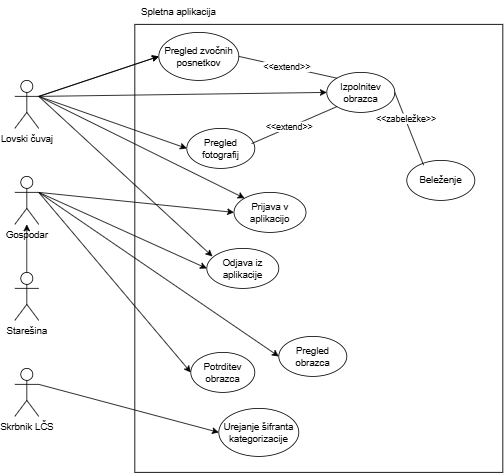
The draw.io diagram Lovski čuvaj-Spletna aplikacija.drawio.png in ErnestISv/Lovstvo, before a commit. Source tidied: cells renumbered, new cells last; positions are measured from the earlier drawing's top-left corner, leaving out a move shared by most shapes. The source it was exported from:
```xml
<mxGraphModel>
  <root>
    <mxCell id="0" />
    <mxCell id="1" parent="0" />
    <mxCell id="2" style="rounded=0;whiteSpace=wrap;html=1;" parent="1" vertex="1">
      <mxGeometry x="150" y="30" width="460" height="560" as="geometry" />
    </mxCell>
    <mxCell id="3" value="Lovski čuvaj" style="shape=umlActor;verticalLabelPosition=bottom;verticalAlign=top;html=1;outlineConnect=0;" parent="1" vertex="1">
      <mxGeometry y="100" width="30" height="60" as="geometry" />
    </mxCell>
    <mxCell id="4" value="Starešina" style="shape=umlActor;verticalLabelPosition=bottom;verticalAlign=top;html=1;outlineConnect=0;" parent="1" vertex="1">
      <mxGeometry y="340" width="30" height="60" as="geometry" />
    </mxCell>
    <mxCell id="5" value="Gospodar" style="shape=umlActor;verticalLabelPosition=bottom;verticalAlign=top;html=1;outlineConnect=0;" parent="1" vertex="1">
      <mxGeometry y="220" width="30" height="60" as="geometry" />
    </mxCell>
    <mxCell id="6" value="Skrbnik LČS" style="shape=umlActor;verticalLabelPosition=bottom;verticalAlign=top;html=1;outlineConnect=0;" parent="1" vertex="1">
      <mxGeometry y="460" width="30" height="60" as="geometry" />
    </mxCell>
    <mxCell id="7" value="Urejanje šifranta kategorizacije" style="ellipse;whiteSpace=wrap;html=1;" parent="1" vertex="1">
      <mxGeometry x="255" y="510" width="100" height="60" as="geometry" />
    </mxCell>
    <mxCell id="8" value="Izpolnitev obrazca" style="ellipse;whiteSpace=wrap;html=1;" parent="1" vertex="1">
      <mxGeometry x="390" y="90" width="85" height="50" as="geometry" />
    </mxCell>
    <mxCell id="9" style="endArrow=classic;html=1;rounded=0;exitX=1;exitY=0.3333333333333333;exitDx=0;exitDy=0;exitPerimeter=0;entryX=0;entryY=0.5;entryDx=0;entryDy=0;" parent="1" edge="1" source="3" target="8">
      <mxGeometry relative="1" as="geometry" />
    </mxCell>
    <mxCell id="10" style="endArrow=classic;html=1;rounded=0;exitX=1;exitY=0.3333333333333333;exitDx=0;exitDy=0;exitPerimeter=0;entryX=0;entryY=0.5;entryDx=0;entryDy=0;" parent="1" edge="1" source="6" target="7">
      <mxGeometry relative="1" as="geometry" />
    </mxCell>
    <mxCell id="11" value="Pregled obrazca" style="ellipse;whiteSpace=wrap;html=1;" parent="1" vertex="1">
      <mxGeometry x="330" y="420" width="85" height="50" as="geometry" />
    </mxCell>
    <mxCell id="12" style="endArrow=classic;html=1;rounded=0;exitX=1;exitY=0.3333333333333333;exitDx=0;exitDy=0;exitPerimeter=0;entryX=0;entryY=0.5;entryDx=0;entryDy=0;" parent="1" edge="1" source="5" target="11">
      <mxGeometry relative="1" as="geometry" />
    </mxCell>
    <mxCell id="13" value="Potrditev obrazca" style="ellipse;whiteSpace=wrap;html=1;" parent="1" vertex="1">
      <mxGeometry x="220" y="440" width="80" height="50" as="geometry" />
    </mxCell>
    <mxCell id="14" style="endArrow=classic;html=1;rounded=0;exitX=1;exitY=0.3333333333333333;exitDx=0;exitDy=0;exitPerimeter=0;entryX=0;entryY=0.5;entryDx=0;entryDy=0;" parent="1" edge="1" source="5" target="13">
      <mxGeometry relative="1" as="geometry" />
    </mxCell>
    <mxCell id="15" value="Spletna aplikacija" style="text;html=1;align=center;verticalAlign=middle;whiteSpace=wrap;rounded=0;" parent="1" vertex="1">
      <mxGeometry x="150" width="110" height="30" as="geometry" />
    </mxCell>
    <mxCell id="16" style="endArrow=classic;html=1;rounded=0;exitX=0.5;exitY=0;exitDx=0;exitDy=0;exitPerimeter=0;" parent="1" edge="1" source="4" target="5">
      <mxGeometry relative="1" as="geometry" />
    </mxCell>
    <mxCell id="17" value="Prijava v aplikacijo" style="ellipse;whiteSpace=wrap;html=1;" parent="1" vertex="1">
      <mxGeometry x="274" y="240" width="90" height="50" as="geometry" />
    </mxCell>
    <mxCell id="18" value="Odjava iz aplikacije" style="ellipse;whiteSpace=wrap;html=1;" parent="1" vertex="1">
      <mxGeometry x="240" y="310" width="90" height="50" as="geometry" />
    </mxCell>
    <mxCell id="19" style="endArrow=classic;html=1;rounded=0;entryX=0;entryY=0;entryDx=0;entryDy=0;" parent="1" edge="1" target="17">
      <mxGeometry relative="1" as="geometry">
        <mxPoint x="30" y="120" as="sourcePoint" />
      </mxGeometry>
    </mxCell>
    <mxCell id="20" style="endArrow=classic;html=1;rounded=0;entryX=0.078;entryY=0.2;entryDx=0;entryDy=0;entryPerimeter=0;" parent="1" edge="1" target="18">
      <mxGeometry relative="1" as="geometry">
        <mxPoint x="30" y="120" as="sourcePoint" />
      </mxGeometry>
    </mxCell>
    <mxCell id="21" value="Pregled fotografij" style="ellipse;whiteSpace=wrap;html=1;" parent="1" vertex="1">
      <mxGeometry x="215" y="160" width="85" height="50" as="geometry" />
    </mxCell>
    <mxCell id="22" style="endArrow=classic;html=1;rounded=0;exitX=1;exitY=0.3333333333333333;exitDx=0;exitDy=0;exitPerimeter=0;entryX=0;entryY=0.5;entryDx=0;entryDy=0;" parent="1" edge="1" source="3" target="21">
      <mxGeometry relative="1" as="geometry" />
    </mxCell>
    <mxCell id="23" style="endArrow=classic;html=1;rounded=0;exitX=1;exitY=0.3333333333333333;exitDx=0;exitDy=0;exitPerimeter=0;entryX=0;entryY=0.5;entryDx=0;entryDy=0;" parent="1" edge="1" source="3" target="32">
      <mxGeometry relative="1" as="geometry" />
    </mxCell>
    <mxCell id="24" style="endArrow=none;html=1;rounded=0;exitX=0.953;exitY=0.38;exitDx=0;exitDy=0;entryX=0;entryY=1;entryDx=0;entryDy=0;exitPerimeter=0;" parent="1" edge="1" source="21" target="8">
      <mxGeometry relative="1" as="geometry" />
    </mxCell>
    <mxCell id="25" value="&amp;lt;&amp;lt;extend&amp;gt;&amp;gt;" style="edgeLabel;html=1;align=center;verticalAlign=middle;" parent="24" vertex="1">
      <mxGeometry x="-0.13" y="2" relative="1" as="geometry">
        <mxPoint y="1" as="offset" />
      </mxGeometry>
    </mxCell>
    <mxCell id="26" style="endArrow=none;html=1;rounded=0;exitX=0;exitY=0;exitDx=0;exitDy=0;entryX=1;entryY=0.5;entryDx=0;entryDy=0;" parent="1" edge="1" source="8" target="32">
      <mxGeometry relative="1" as="geometry" />
    </mxCell>
    <mxCell id="27" value="&amp;lt;&amp;lt;extend&amp;gt;&amp;gt;" style="edgeLabel;html=1;align=center;verticalAlign=middle;" parent="26" vertex="1">
      <mxGeometry x="0.04" y="-1" relative="1" as="geometry" />
    </mxCell>
    <mxCell id="28" value="Beleženje" style="ellipse;whiteSpace=wrap;html=1;" parent="1" vertex="1">
      <mxGeometry x="490" y="200" width="85" height="50" as="geometry" />
    </mxCell>
    <mxCell id="29" style="endArrow=none;html=1;rounded=0;entryX=0.247;entryY=0.12;entryDx=0;entryDy=0;exitX=1;exitY=0.5;exitDx=0;exitDy=0;entryPerimeter=0;" parent="1" edge="1" source="8" target="28">
      <mxGeometry relative="1" as="geometry" />
    </mxCell>
    <mxCell id="30" value="&amp;lt;&amp;lt;zabeležke&amp;gt;&amp;gt;" style="edgeLabel;html=1;align=center;verticalAlign=middle;" parent="29" vertex="1">
      <mxGeometry x="-0.28" y="1" relative="1" as="geometry" />
    </mxCell>
    <mxCell id="31" style="endArrow=classic;html=1;rounded=0;exitX=1;exitY=0.3333333333333333;exitDx=0;exitDy=0;exitPerimeter=0;entryX=0;entryY=0.5;entryDx=0;entryDy=0;" parent="1" edge="1" source="3" target="32">
      <mxGeometry relative="1" as="geometry" />
    </mxCell>
    <mxCell id="32" value="Pregled zvočnih posnetkov" style="ellipse;whiteSpace=wrap;html=1;" parent="1" vertex="1">
      <mxGeometry x="180" y="40" width="100" height="60" as="geometry" />
    </mxCell>
    <mxCell id="33" style="endArrow=classic;html=1;rounded=0;exitX=1;exitY=0.3333333333333333;exitDx=0;exitDy=0;exitPerimeter=0;entryX=0;entryY=0.5;entryDx=0;entryDy=0;" parent="1" edge="1" source="5" target="17">
      <mxGeometry relative="1" as="geometry" />
    </mxCell>
    <mxCell id="34" style="endArrow=classic;html=1;rounded=0;exitX=1;exitY=0.3333333333333333;exitDx=0;exitDy=0;exitPerimeter=0;entryX=0;entryY=0.5;entryDx=0;entryDy=0;" parent="1" edge="1" source="5" target="18">
      <mxGeometry relative="1" as="geometry" />
    </mxCell>
  </root>
</mxGraphModel>
```
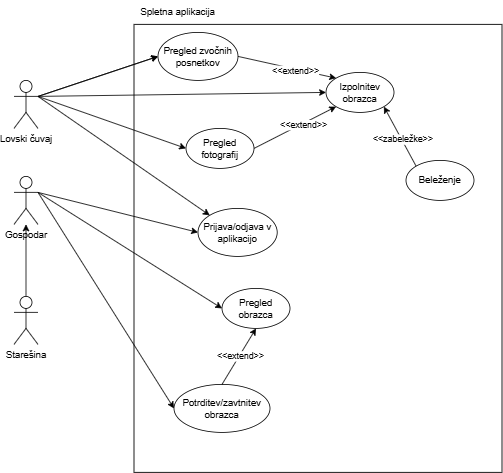
The same file after the commit.

What changed in the source:
```diff
@@ -9,34 +9,25 @@
       <mxGeometry y="100" width="30" height="60" as="geometry" />
     </mxCell>
     <mxCell id="4" value="Starešina" style="shape=umlActor;verticalLabelPosition=bottom;verticalAlign=top;html=1;outlineConnect=0;" parent="1" vertex="1">
-      <mxGeometry y="340" width="30" height="60" as="geometry" />
+      <mxGeometry y="370" width="30" height="60" as="geometry" />
     </mxCell>
     <mxCell id="5" value="Gospodar" style="shape=umlActor;verticalLabelPosition=bottom;verticalAlign=top;html=1;outlineConnect=0;" parent="1" vertex="1">
       <mxGeometry y="220" width="30" height="60" as="geometry" />
     </mxCell>
-    <mxCell id="6" value="Skrbnik LČS" style="shape=umlActor;verticalLabelPosition=bottom;verticalAlign=top;html=1;outlineConnect=0;" parent="1" vertex="1">
-      <mxGeometry y="460" width="30" height="60" as="geometry" />
-    </mxCell>
-    <mxCell id="7" value="Urejanje šifranta kategorizacije" style="ellipse;whiteSpace=wrap;html=1;" parent="1" vertex="1">
-      <mxGeometry x="255" y="510" width="100" height="60" as="geometry" />
-    </mxCell>
     <mxCell id="8" value="Izpolnitev obrazca" style="ellipse;whiteSpace=wrap;html=1;" parent="1" vertex="1">
       <mxGeometry x="390" y="90" width="85" height="50" as="geometry" />
     </mxCell>
     <mxCell id="9" style="endArrow=classic;html=1;rounded=0;exitX=1;exitY=0.3333333333333333;exitDx=0;exitDy=0;exitPerimeter=0;entryX=0;entryY=0.5;entryDx=0;entryDy=0;" parent="1" edge="1" source="3" target="8">
       <mxGeometry relative="1" as="geometry" />
     </mxCell>
-    <mxCell id="10" style="endArrow=classic;html=1;rounded=0;exitX=1;exitY=0.3333333333333333;exitDx=0;exitDy=0;exitPerimeter=0;entryX=0;entryY=0.5;entryDx=0;entryDy=0;" parent="1" edge="1" source="6" target="7">
-      <mxGeometry relative="1" as="geometry" />
-    </mxCell>
     <mxCell id="11" value="Pregled obrazca" style="ellipse;whiteSpace=wrap;html=1;" parent="1" vertex="1">
-      <mxGeometry x="330" y="420" width="85" height="50" as="geometry" />
+      <mxGeometry x="260" y="360" width="85" height="50" as="geometry" />
     </mxCell>
     <mxCell id="12" style="endArrow=classic;html=1;rounded=0;exitX=1;exitY=0.3333333333333333;exitDx=0;exitDy=0;exitPerimeter=0;entryX=0;entryY=0.5;entryDx=0;entryDy=0;" parent="1" edge="1" source="5" target="11">
       <mxGeometry relative="1" as="geometry" />
     </mxCell>
-    <mxCell id="13" value="Potrditev obrazca" style="ellipse;whiteSpace=wrap;html=1;" parent="1" vertex="1">
-      <mxGeometry x="220" y="440" width="80" height="50" as="geometry" />
+    <mxCell id="13" value="Potrditev/zavtnitev obrazca" style="ellipse;whiteSpace=wrap;html=1;" parent="1" vertex="1">
+      <mxGeometry x="200" y="480" width="120" height="60" as="geometry" />
     </mxCell>
     <mxCell id="14" style="endArrow=classic;html=1;rounded=0;exitX=1;exitY=0.3333333333333333;exitDx=0;exitDy=0;exitPerimeter=0;entryX=0;entryY=0.5;entryDx=0;entryDy=0;" parent="1" edge="1" source="5" target="13">
       <mxGeometry relative="1" as="geometry" />
@@ -47,22 +38,14 @@
     <mxCell id="16" style="endArrow=classic;html=1;rounded=0;exitX=0.5;exitY=0;exitDx=0;exitDy=0;exitPerimeter=0;" parent="1" edge="1" source="4" target="5">
       <mxGeometry relative="1" as="geometry" />
     </mxCell>
-    <mxCell id="17" value="Prijava v aplikacijo" style="ellipse;whiteSpace=wrap;html=1;" parent="1" vertex="1">
-      <mxGeometry x="274" y="240" width="90" height="50" as="geometry" />
+    <mxCell id="17" value="Prijava/odjava v aplikacijo" style="ellipse;whiteSpace=wrap;html=1;" parent="1" vertex="1">
+      <mxGeometry x="230" y="260" width="99" height="60" as="geometry" />
     </mxCell>
-    <mxCell id="18" value="Odjava iz aplikacije" style="ellipse;whiteSpace=wrap;html=1;" parent="1" vertex="1">
-      <mxGeometry x="240" y="310" width="90" height="50" as="geometry" />
-    </mxCell>
     <mxCell id="19" style="endArrow=classic;html=1;rounded=0;entryX=0;entryY=0;entryDx=0;entryDy=0;" parent="1" edge="1" target="17">
       <mxGeometry relative="1" as="geometry">
         <mxPoint x="30" y="120" as="sourcePoint" />
       </mxGeometry>
     </mxCell>
-    <mxCell id="20" style="endArrow=classic;html=1;rounded=0;entryX=0.078;entryY=0.2;entryDx=0;entryDy=0;entryPerimeter=0;" parent="1" edge="1" target="18">
-      <mxGeometry relative="1" as="geometry">
-        <mxPoint x="30" y="120" as="sourcePoint" />
-      </mxGeometry>
-    </mxCell>
     <mxCell id="21" value="Pregled fotografij" style="ellipse;whiteSpace=wrap;html=1;" parent="1" vertex="1">
       <mxGeometry x="215" y="160" width="85" height="50" as="geometry" />
     </mxCell>
@@ -72,29 +55,9 @@
     <mxCell id="23" style="endArrow=classic;html=1;rounded=0;exitX=1;exitY=0.3333333333333333;exitDx=0;exitDy=0;exitPerimeter=0;entryX=0;entryY=0.5;entryDx=0;entryDy=0;" parent="1" edge="1" source="3" target="32">
       <mxGeometry relative="1" as="geometry" />
     </mxCell>
-    <mxCell id="24" style="endArrow=none;html=1;rounded=0;exitX=0.953;exitY=0.38;exitDx=0;exitDy=0;entryX=0;entryY=1;entryDx=0;entryDy=0;exitPerimeter=0;" parent="1" edge="1" source="21" target="8">
-      <mxGeometry relative="1" as="geometry" />
-    </mxCell>
-    <mxCell id="25" value="&amp;lt;&amp;lt;extend&amp;gt;&amp;gt;" style="edgeLabel;html=1;align=center;verticalAlign=middle;" parent="24" vertex="1">
-      <mxGeometry x="-0.13" y="2" relative="1" as="geometry">
-        <mxPoint y="1" as="offset" />
-      </mxGeometry>
-    </mxCell>
-    <mxCell id="26" style="endArrow=none;html=1;rounded=0;exitX=0;exitY=0;exitDx=0;exitDy=0;entryX=1;entryY=0.5;entryDx=0;entryDy=0;" parent="1" edge="1" source="8" target="32">
-      <mxGeometry relative="1" as="geometry" />
-    </mxCell>
-    <mxCell id="27" value="&amp;lt;&amp;lt;extend&amp;gt;&amp;gt;" style="edgeLabel;html=1;align=center;verticalAlign=middle;" parent="26" vertex="1">
-      <mxGeometry x="0.04" y="-1" relative="1" as="geometry" />
-    </mxCell>
     <mxCell id="28" value="Beleženje" style="ellipse;whiteSpace=wrap;html=1;" parent="1" vertex="1">
       <mxGeometry x="490" y="200" width="85" height="50" as="geometry" />
     </mxCell>
-    <mxCell id="29" style="endArrow=none;html=1;rounded=0;entryX=0.247;entryY=0.12;entryDx=0;entryDy=0;exitX=1;exitY=0.5;exitDx=0;exitDy=0;entryPerimeter=0;" parent="1" edge="1" source="8" target="28">
-      <mxGeometry relative="1" as="geometry" />
-    </mxCell>
-    <mxCell id="30" value="&amp;lt;&amp;lt;zabeležke&amp;gt;&amp;gt;" style="edgeLabel;html=1;align=center;verticalAlign=middle;" parent="29" vertex="1">
-      <mxGeometry x="-0.28" y="1" relative="1" as="geometry" />
-    </mxCell>
     <mxCell id="31" style="endArrow=classic;html=1;rounded=0;exitX=1;exitY=0.3333333333333333;exitDx=0;exitDy=0;exitPerimeter=0;entryX=0;entryY=0.5;entryDx=0;entryDy=0;" parent="1" edge="1" source="3" target="32">
       <mxGeometry relative="1" as="geometry" />
     </mxCell>
@@ -104,8 +67,29 @@
     <mxCell id="33" style="endArrow=classic;html=1;rounded=0;exitX=1;exitY=0.3333333333333333;exitDx=0;exitDy=0;exitPerimeter=0;entryX=0;entryY=0.5;entryDx=0;entryDy=0;" parent="1" edge="1" source="5" target="17">
       <mxGeometry relative="1" as="geometry" />
     </mxCell>
-    <mxCell id="34" style="endArrow=classic;html=1;rounded=0;exitX=1;exitY=0.3333333333333333;exitDx=0;exitDy=0;exitPerimeter=0;entryX=0;entryY=0.5;entryDx=0;entryDy=0;" parent="1" edge="1" source="5" target="18">
-      <mxGeometry relative="1" as="geometry" />
-    </mxCell>
+    <mxCell id="35" style="endArrow=classic;html=1;rounded=0;exitX=1;exitY=0.5;exitDx=0;exitDy=0;entryX=0;entryY=0;entryDx=0;entryDy=0;" parent="1" edge="1" source="32" target="8">
+      <mxGeometry relative="1" as="geometry" />
+    </mxCell>
+    <mxCell id="36" value="&amp;lt;&amp;lt;extend&amp;gt;&amp;gt;" style="edgeLabel;html=1;align=center;verticalAlign=middle;" parent="35" vertex="1">
+      <mxGeometry x="0.18" y="-2" relative="1" as="geometry" />
+    </mxCell>
+    <mxCell id="24" style="endArrow=classic;html=1;rounded=0;exitX=1;exitY=0.5;exitDx=0;exitDy=0;entryX=0;entryY=1;entryDx=0;entryDy=0;" parent="1" edge="1" source="21" target="8">
+      <mxGeometry relative="1" as="geometry" />
+    </mxCell>
+    <mxCell id="37" value="&amp;lt;&amp;lt;extend&amp;gt;&amp;gt;" style="edgeLabel;html=1;align=center;verticalAlign=middle;" parent="24" vertex="1">
+      <mxGeometry x="0.18" y="-2" relative="1" as="geometry" />
+    </mxCell>
+    <mxCell id="38" style="endArrow=classic;html=1;rounded=0;exitX=0.5;exitY=0;exitDx=0;exitDy=0;entryX=0.5;entryY=1;entryDx=0;entryDy=0;" parent="1" edge="1" source="13" target="11">
+      <mxGeometry relative="1" as="geometry" />
+    </mxCell>
+    <mxCell id="39" value="&amp;lt;&amp;lt;extend&amp;gt;&amp;gt;" style="edgeLabel;html=1;align=center;verticalAlign=middle;" parent="38" vertex="1">
+      <mxGeometry x="0.02" y="-1" relative="1" as="geometry" />
+    </mxCell>
+    <mxCell id="40" style="endArrow=classic;html=1;rounded=0;exitX=0;exitY=0;exitDx=0;exitDy=0;entryX=1;entryY=1;entryDx=0;entryDy=0;" parent="1" edge="1" source="28" target="8">
+      <mxGeometry relative="1" as="geometry" />
+    </mxCell>
+    <mxCell id="30" value="&amp;lt;&amp;lt;zabeležke&amp;gt;&amp;gt;" style="edgeLabel;html=1;align=center;verticalAlign=middle;" parent="40" vertex="1">
+      <mxGeometry x="-0.09" y="-1" relative="1" as="geometry" />
+    </mxCell>
   </root>
 </mxGraphModel>
```
